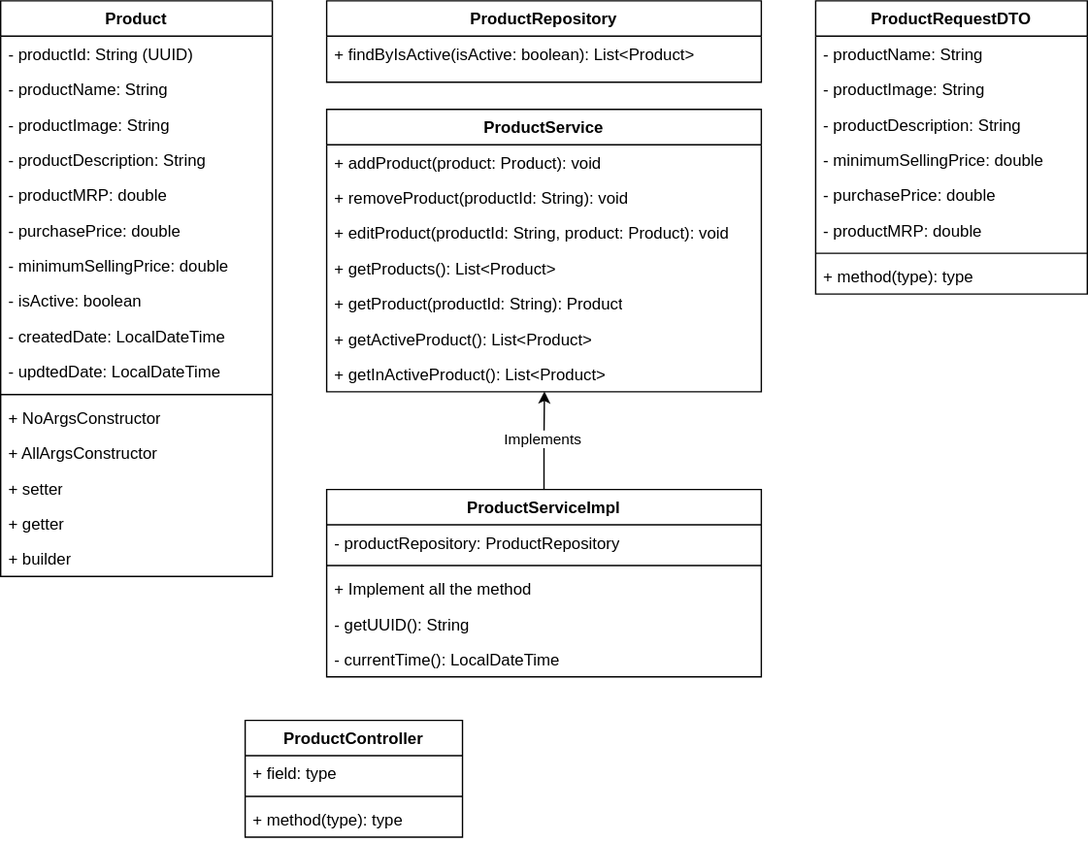
Before: drawio/backend/product-service/product-service-uml.drawio.svg, a diagram exported from draw.io (smruti-banty/stock-management). Source tidied: cells renumbered, new cells last; positions are measured from the earlier drawing's top-left corner, leaving out a move shared by most shapes.
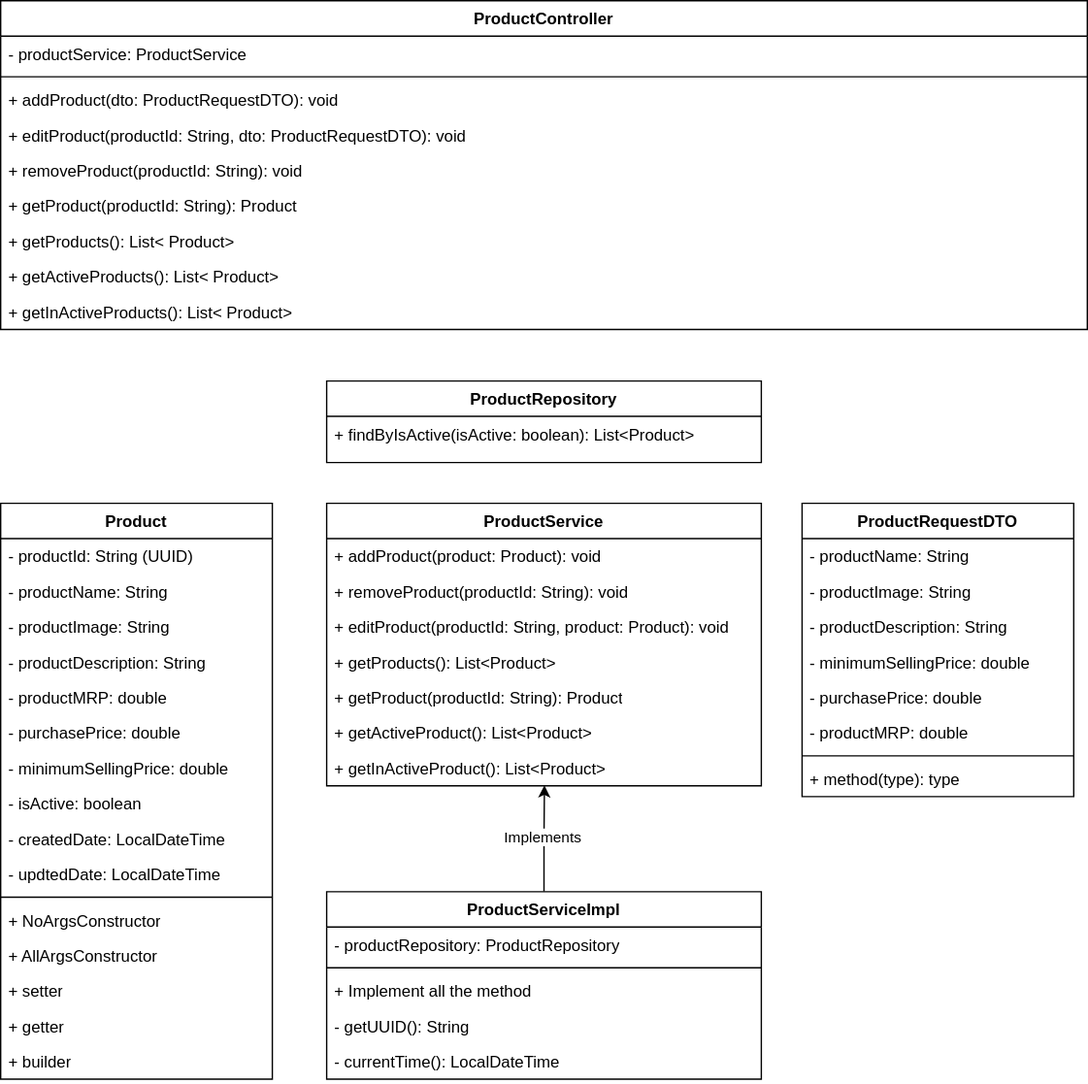
The same diagram one commit later.

Commit message:
Update product-service-uml

What changed in the source:
```diff
@@ -3,7 +3,7 @@
     <mxCell id="0" />
     <mxCell id="1" parent="0" />
     <mxCell id="2" value="Product" style="swimlane;fontStyle=1;align=center;verticalAlign=top;horizontal=1;startSize=26;whiteSpace=wrap;html=1;" parent="1" vertex="1">
-      <mxGeometry width="200" height="424" as="geometry" />
+      <mxGeometry y="370" width="200" height="424" as="geometry" />
     </mxCell>
     <mxCell id="3" value="- productId: String (UUID)" style="text;strokeColor=none;fillColor=none;align=left;verticalAlign=top;spacingLeft=4;spacingRight=4;overflow=hidden;whiteSpace=wrap;html=1;" parent="2" vertex="1">
       <mxGeometry y="26" width="200" height="26" as="geometry" />
@@ -54,13 +54,13 @@
       <mxGeometry y="398" width="200" height="26" as="geometry" />
     </mxCell>
     <mxCell id="19" value="ProductRepository" style="swimlane;fontStyle=1;align=center;verticalAlign=top;horizontal=1;startSize=26;whiteSpace=wrap;html=1;" parent="1" vertex="1">
-      <mxGeometry x="240" width="320" height="60" as="geometry" />
+      <mxGeometry x="240" y="280" width="320" height="60" as="geometry" />
     </mxCell>
     <mxCell id="20" value="+&amp;nbsp;findByIsActive(isActive: boolean): List&amp;lt;Product&amp;gt;" style="text;strokeColor=none;fillColor=none;align=left;verticalAlign=top;spacingLeft=4;spacingRight=4;overflow=hidden;whiteSpace=wrap;html=1;" parent="19" vertex="1">
       <mxGeometry y="26" width="320" height="34" as="geometry" />
     </mxCell>
     <mxCell id="21" value="ProductService" style="swimlane;fontStyle=1;align=center;verticalAlign=top;horizontal=1;startSize=26;whiteSpace=wrap;html=1;" parent="1" vertex="1">
-      <mxGeometry x="240" y="80" width="320" height="208" as="geometry" />
+      <mxGeometry x="240" y="370" width="320" height="208" as="geometry" />
     </mxCell>
     <mxCell id="22" value="+ addProduct(product: Product): void" style="text;strokeColor=none;fillColor=none;align=left;verticalAlign=top;spacingLeft=4;spacingRight=4;overflow=hidden;whiteSpace=wrap;html=1;" parent="21" vertex="1">
       <mxGeometry y="26" width="320" height="26" as="geometry" />
@@ -90,7 +90,7 @@
       <mxGeometry x="0.05" y="2" relative="1" as="geometry" />
     </mxCell>
     <mxCell id="31" value="ProductServiceImpl" style="swimlane;fontStyle=1;align=center;verticalAlign=top;horizontal=1;startSize=26;whiteSpace=wrap;html=1;" parent="1" vertex="1">
-      <mxGeometry x="240" y="360" width="320" height="138" as="geometry" />
+      <mxGeometry x="240" y="656" width="320" height="138" as="geometry" />
     </mxCell>
     <mxCell id="32" value="- productRepository: ProductRepository" style="text;strokeColor=none;fillColor=none;align=left;verticalAlign=top;spacingLeft=4;spacingRight=4;overflow=hidden;whiteSpace=wrap;html=1;" parent="31" vertex="1">
       <mxGeometry y="26" width="320" height="26" as="geometry" />
@@ -108,19 +108,37 @@
       <mxGeometry y="112" width="320" height="26" as="geometry" />
     </mxCell>
     <mxCell id="37" value="ProductController" style="swimlane;fontStyle=1;align=center;verticalAlign=top;horizontal=1;startSize=26;whiteSpace=wrap;html=1;" parent="1" vertex="1">
-      <mxGeometry x="180" y="530" width="160" height="86" as="geometry" />
+      <mxGeometry width="800" height="242" as="geometry" />
     </mxCell>
-    <mxCell id="38" value="+ field: type" style="text;strokeColor=none;fillColor=none;align=left;verticalAlign=top;spacingLeft=4;spacingRight=4;overflow=hidden;whiteSpace=wrap;html=1;" parent="37" vertex="1">
-      <mxGeometry y="26" width="160" height="26" as="geometry" />
+    <mxCell id="38" value="- productService: ProductService" style="text;strokeColor=none;fillColor=none;align=left;verticalAlign=top;spacingLeft=4;spacingRight=4;overflow=hidden;whiteSpace=wrap;html=1;" parent="37" vertex="1">
+      <mxGeometry y="26" width="800" height="26" as="geometry" />
     </mxCell>
     <mxCell id="39" style="line;strokeWidth=1;fillColor=none;align=left;verticalAlign=middle;spacingTop=-1;spacingLeft=3;spacingRight=3;labelPosition=right;strokeColor=inherit;" parent="37" vertex="1">
-      <mxGeometry y="52" width="160" height="8" as="geometry" />
+      <mxGeometry y="52" width="800" height="8" as="geometry" />
     </mxCell>
-    <mxCell id="40" value="+ method(type): type" style="text;strokeColor=none;fillColor=none;align=left;verticalAlign=top;spacingLeft=4;spacingRight=4;overflow=hidden;whiteSpace=wrap;html=1;" parent="37" vertex="1">
-      <mxGeometry y="60" width="160" height="26" as="geometry" />
+    <mxCell id="40" value="+&amp;nbsp;addProduct(dto: ProductRequestDTO): void&amp;nbsp;" style="text;strokeColor=none;fillColor=none;align=left;verticalAlign=top;spacingLeft=4;spacingRight=4;overflow=hidden;whiteSpace=wrap;html=1;" parent="37" vertex="1">
+      <mxGeometry y="60" width="800" height="26" as="geometry" />
     </mxCell>
+    <mxCell id="50" value="+ editProduct&lt;span style=&quot;background-color: initial;&quot;&gt;(productId: String, dto: ProductRequestDTO): void&amp;nbsp;&lt;/span&gt;" style="text;strokeColor=none;fillColor=none;align=left;verticalAlign=top;spacingLeft=4;spacingRight=4;overflow=hidden;whiteSpace=wrap;html=1;" parent="37" vertex="1">
+      <mxGeometry y="86" width="800" height="26" as="geometry" />
+    </mxCell>
+    <mxCell id="51" value="+ removeProduct&lt;span style=&quot;background-color: initial;&quot;&gt;(productId: String): void&amp;nbsp;&lt;/span&gt;" style="text;strokeColor=none;fillColor=none;align=left;verticalAlign=top;spacingLeft=4;spacingRight=4;overflow=hidden;whiteSpace=wrap;html=1;" parent="37" vertex="1">
+      <mxGeometry y="112" width="800" height="26" as="geometry" />
+    </mxCell>
+    <mxCell id="52" value="+ getProduct&lt;span style=&quot;background-color: initial;&quot;&gt;(productId: String): Product&amp;nbsp;&lt;/span&gt;" style="text;strokeColor=none;fillColor=none;align=left;verticalAlign=top;spacingLeft=4;spacingRight=4;overflow=hidden;whiteSpace=wrap;html=1;" parent="37" vertex="1">
+      <mxGeometry y="138" width="800" height="26" as="geometry" />
+    </mxCell>
+    <mxCell id="53" value="+ getProducts&lt;span style=&quot;background-color: initial;&quot;&gt;(): List&amp;lt; Product&amp;gt;&amp;nbsp;&lt;/span&gt;" style="text;strokeColor=none;fillColor=none;align=left;verticalAlign=top;spacingLeft=4;spacingRight=4;overflow=hidden;whiteSpace=wrap;html=1;" parent="37" vertex="1">
+      <mxGeometry y="164" width="800" height="26" as="geometry" />
+    </mxCell>
+    <mxCell id="54" value="+ getActiveProducts&lt;span style=&quot;background-color: initial;&quot;&gt;(): List&amp;lt; Product&amp;gt;&amp;nbsp;&lt;/span&gt;" style="text;strokeColor=none;fillColor=none;align=left;verticalAlign=top;spacingLeft=4;spacingRight=4;overflow=hidden;whiteSpace=wrap;html=1;" parent="37" vertex="1">
+      <mxGeometry y="190" width="800" height="26" as="geometry" />
+    </mxCell>
+    <mxCell id="55" value="+ getInActiveProducts&lt;span style=&quot;background-color: initial;&quot;&gt;(): List&amp;lt; Product&amp;gt;&amp;nbsp;&lt;/span&gt;" style="text;strokeColor=none;fillColor=none;align=left;verticalAlign=top;spacingLeft=4;spacingRight=4;overflow=hidden;whiteSpace=wrap;html=1;" parent="37" vertex="1">
+      <mxGeometry y="216" width="800" height="26" as="geometry" />
+    </mxCell>
     <mxCell id="41" value="ProductRequestDTO" style="swimlane;fontStyle=1;align=center;verticalAlign=top;horizontal=1;startSize=26;whiteSpace=wrap;html=1;" parent="1" vertex="1">
-      <mxGeometry x="600" width="200" height="216" as="geometry" />
+      <mxGeometry x="590" y="370" width="200" height="216" as="geometry" />
     </mxCell>
     <mxCell id="42" value="- productName: String" style="text;strokeColor=none;fillColor=none;align=left;verticalAlign=top;spacingLeft=4;spacingRight=4;overflow=hidden;whiteSpace=wrap;html=1;" parent="41" vertex="1">
       <mxGeometry y="26" width="200" height="26" as="geometry" />
```
